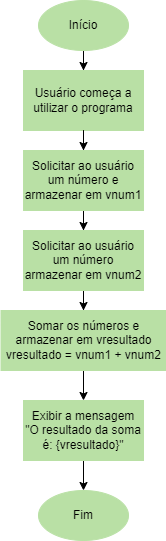
Above: Fuxogramas - 19_02_2025/Exercício 6 (OK).drawio.png in Yasminnovaisvieira/PBE-1DS-TB-ATIVIDADES (draw.io), before the change. Source tidied: cells renumbered, new cells last; positions are measured from the earlier drawing's top-left corner, leaving out a move shared by most shapes.
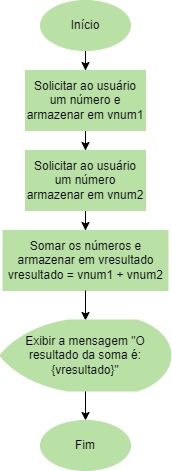
After the commit.

Diff of the diagram source:
```diff
@@ -2,18 +2,12 @@
   <root>
     <mxCell id="0" />
     <mxCell id="1" parent="0" />
-    <mxCell id="2" style="edgeStyle=orthogonalEdgeStyle;rounded=0;jettySize=auto;html=1;strokeColor=light-dark(#000000,#FFFFFF);fillColor=#C3ABD0;" parent="1" edge="1" source="3" target="4">
-      <mxGeometry relative="1" as="geometry" />
-    </mxCell>
+    <mxCell id="15" style="edgeStyle=orthogonalEdgeStyle;rounded=0;jettySize=auto;html=1;entryX=0.5;entryY=0;entryDx=0;entryDy=0;" parent="1" edge="1" source="3" target="7">
+      <mxGeometry relative="1" as="geometry" />
+    </mxCell>
     <mxCell id="3" value="Início" style="ellipse;whiteSpace=wrap;html=1;fillColor=#B9E0A5;strokeColor=light-dark(#B9E0A5,#FFFFFF);" parent="1" vertex="1">
-      <mxGeometry x="38" width="90" height="50" as="geometry" />
+      <mxGeometry x="38" y="80" width="90" height="50" as="geometry" />
     </mxCell>
-    <mxCell id="4" value="Usuário começa a utilizar o programa" style="whiteSpace=wrap;html=1;fillColor=#B9E0A5;strokeColor=light-dark(#B9E0A5,#FFFFFF);" parent="1" vertex="1">
-      <mxGeometry x="23" y="70" width="120" height="60" as="geometry" />
-    </mxCell>
-    <mxCell id="5" style="edgeStyle=orthogonalEdgeStyle;rounded=0;jettySize=auto;html=1;strokeColor=light-dark(#000000,#FFFFFF);fillColor=#C3ABD0;" parent="1" edge="1" source="4" target="7">
-      <mxGeometry relative="1" as="geometry" />
-    </mxCell>
     <mxCell id="6" style="edgeStyle=orthogonalEdgeStyle;rounded=0;jettySize=auto;html=1;" parent="1" edge="1" source="7" target="9">
       <mxGeometry relative="1" as="geometry" />
     </mxCell>
@@ -26,20 +20,20 @@
     <mxCell id="9" value="Solicitar ao usuário um número armazenar em vnum2" style="whiteSpace=wrap;html=1;fillColor=#B9E0A5;strokeColor=light-dark(#B9E0A5,#FFFFFF);" parent="1" vertex="1">
       <mxGeometry x="23" y="230" width="120" height="60" as="geometry" />
     </mxCell>
+    <mxCell id="11" value="Somar os números e armazenar em vresultado&lt;div&gt;vresultado = vnum1 + vnum2&lt;/div&gt;" style="whiteSpace=wrap;html=1;fillColor=#B9E0A5;strokeColor=light-dark(#B9E0A5,#FFFFFF);" parent="1" vertex="1">
+      <mxGeometry x="0.5" y="310" width="165" height="60" as="geometry" />
+    </mxCell>
+    <mxCell id="14" value="Fim" style="ellipse;whiteSpace=wrap;html=1;fillColor=#B9E0A5;strokeColor=light-dark(#B9E0A5,#FFFFFF);" parent="1" vertex="1">
+      <mxGeometry x="38" y="500" width="90" height="50" as="geometry" />
+    </mxCell>
     <mxCell id="10" style="edgeStyle=orthogonalEdgeStyle;rounded=0;jettySize=auto;html=1;" parent="1" edge="1" source="11" target="13">
       <mxGeometry relative="1" as="geometry" />
     </mxCell>
-    <mxCell id="11" value="Somar os números e armazenar em vresultado&lt;div&gt;vresultado = vnum1 + vnum2&lt;/div&gt;" style="whiteSpace=wrap;html=1;fillColor=#B9E0A5;strokeColor=light-dark(#B9E0A5,#FFFFFF);" parent="1" vertex="1">
-      <mxGeometry x="0.5" y="310" width="165" height="60" as="geometry" />
-    </mxCell>
     <mxCell id="12" style="edgeStyle=orthogonalEdgeStyle;rounded=0;jettySize=auto;html=1;" parent="1" edge="1" source="13" target="14">
       <mxGeometry relative="1" as="geometry" />
     </mxCell>
-    <mxCell id="13" value="Exibir a mensagem &quot;O resultado da soma é: {vresultado}&quot;" style="whiteSpace=wrap;html=1;fillColor=#B9E0A5;strokeColor=light-dark(#B9E0A5,#FFFFFF);" parent="1" vertex="1">
-      <mxGeometry x="23" y="400" width="120" height="60" as="geometry" />
+    <mxCell id="13" value="Exibir a mensagem &quot;O resultado da soma é: {vresultado}&quot;" style="strokeWidth=2;html=1;shape=mxgraph.flowchart.display;whiteSpace=wrap;strokeColor=light-dark(#B9E0A5,#000000);fillColor=light-dark(#B9E0A5,#000000);" parent="1" vertex="1">
+      <mxGeometry x="-2" y="400" width="170" height="70" as="geometry" />
     </mxCell>
-    <mxCell id="14" value="Fim" style="ellipse;whiteSpace=wrap;html=1;fillColor=#B9E0A5;strokeColor=light-dark(#B9E0A5,#FFFFFF);" parent="1" vertex="1">
-      <mxGeometry x="38" y="490" width="90" height="50" as="geometry" />
-    </mxCell>
   </root>
 </mxGraphModel>
```
